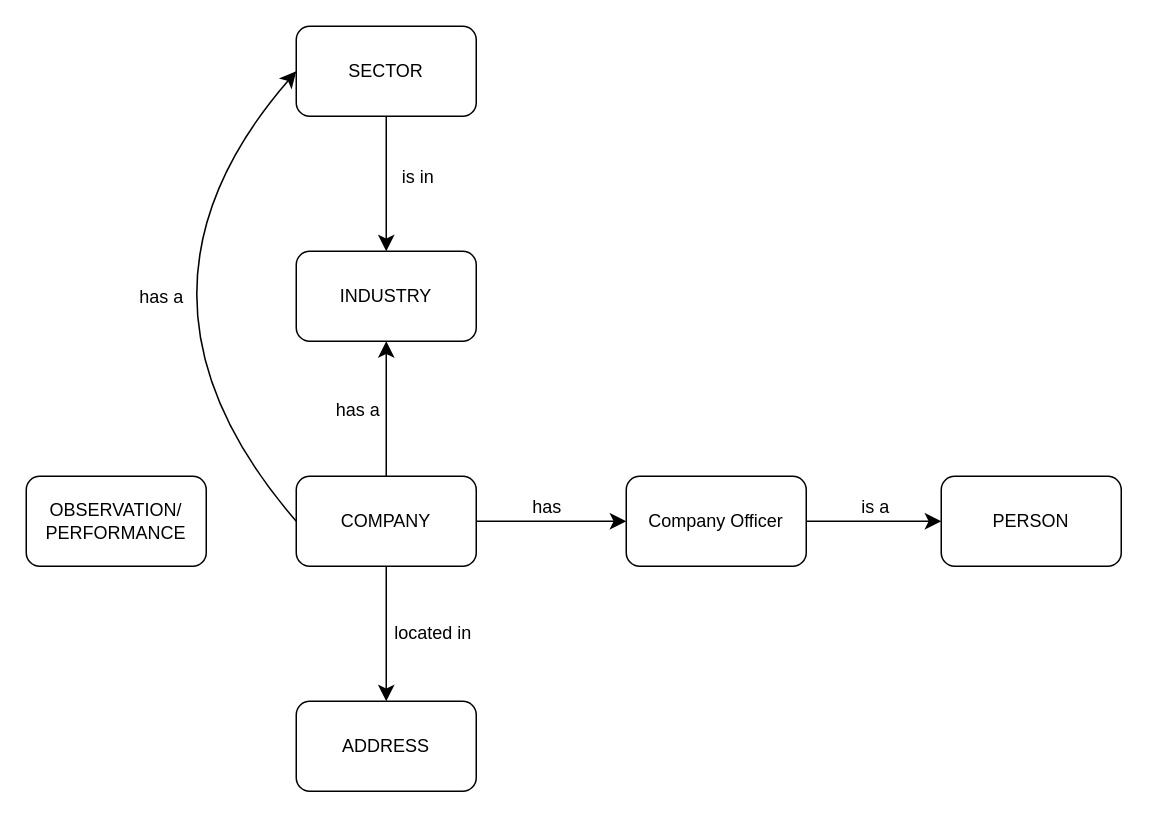
This is finance-kg.drawio from coppeneur/finance-kg, a draw.io file, before an edit. Source tidied: cells renumbered, new cells numbered last; positions are measured from the earlier drawing's top-left corner, leaving out a move shared by most shapes. Both pictures are drawn from the tidied source at 150%, with x=0, y=0 at pixel (26, 26).
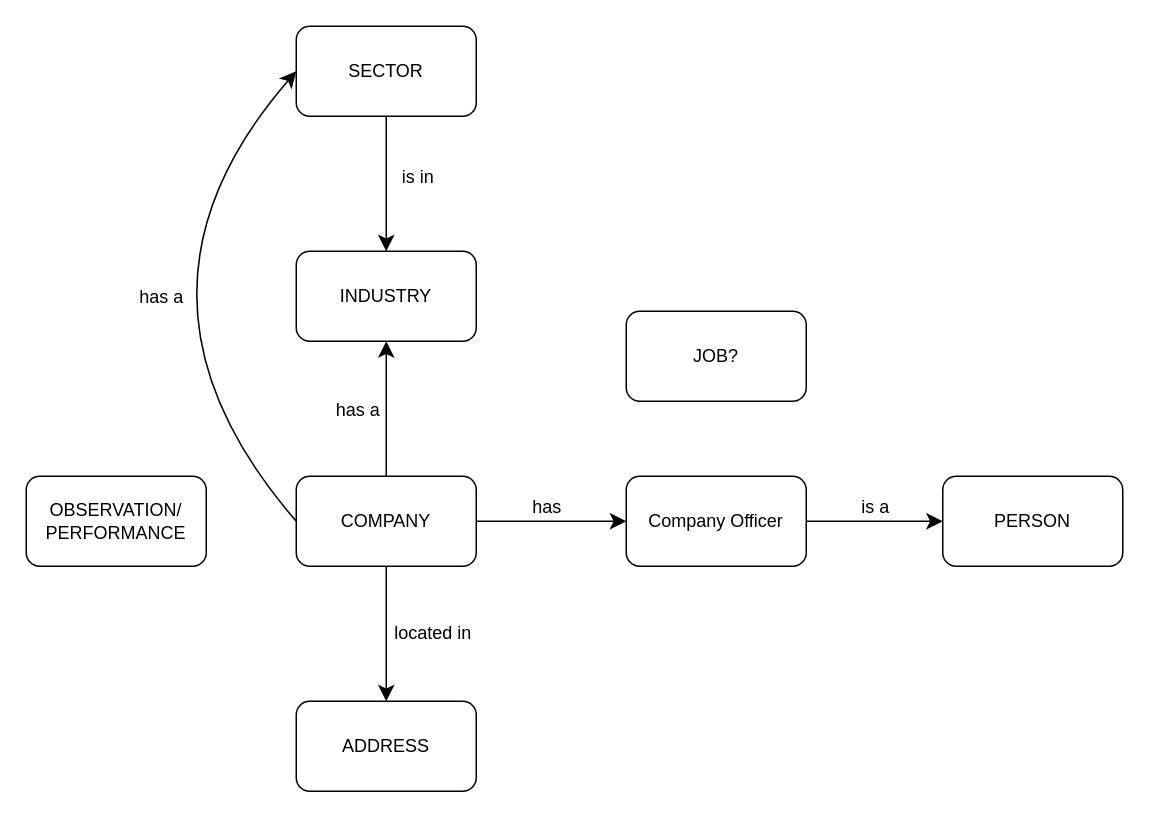
After the change.

What changed in the source:
```diff
@@
     <mxCell id="7" value="PERSON" style="rounded=1;whiteSpace=wrap;html=1;" parent="1" vertex="1">
-      <mxGeometry x="610" y="300" width="120" height="60" as="geometry" />
+      <mxGeometry x="611" y="300" width="120" height="60" as="geometry" />
     </mxCell>
@@
+    <mxCell id="21" value="JOB?" style="rounded=1;whiteSpace=wrap;html=1;" parent="1" vertex="1">
+      <mxGeometry x="400" y="190" width="120" height="60" as="geometry" />
+    </mxCell>
```
